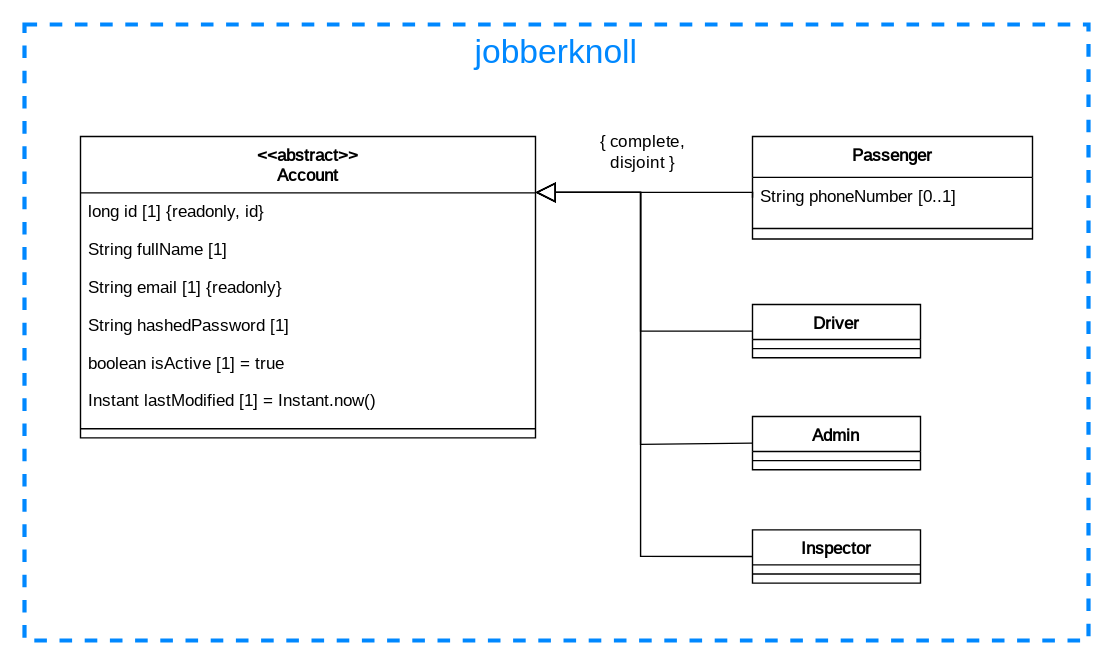
The draw.io diagram documentation/course/e2/images/class-diagram-jobberknoll.drawio.svg in PWR-ACS-SE-24/SoftwareSystemDesign, before a commit. Source tidied: cells renumbered, new cells last; positions are measured from the earlier drawing's top-left corner, leaving out a move shared by most shapes.
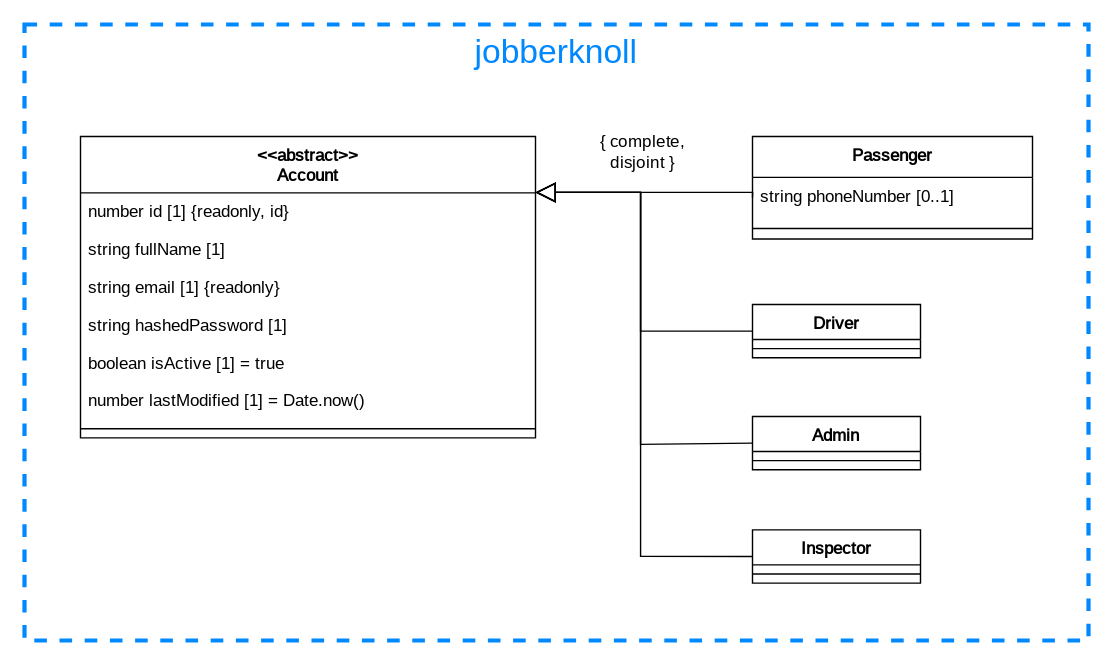
Above is the later version.

Commit message:
Update class and database diagrams

Diff of the diagram source:
```diff
@@ -11,22 +11,22 @@
     <mxCell id="4" value="&lt;&lt;abstract&gt;&gt;&#10;Account" style="swimlane;fontStyle=1;align=center;verticalAlign=top;horizontal=1;startSize=40.285714285714285;fontFamily=JetBrains Mono;fontSource=https%3A%2F%2Ffonts.googleapis.com%2Fcss%3Ffamily%3DJetBrains%2BMono;" parent="1" vertex="1">
       <mxGeometry x="40" y="80" width="325" height="215.3" as="geometry" />
     </mxCell>
-    <mxCell id="5" value="long id [1] {readonly, id}" style="text;strokeColor=none;fillColor=none;align=left;verticalAlign=top;spacingLeft=4;spacingRight=4;overflow=hidden;fontFamily=JetBrains Mono;fontStyle=0;fontSource=https%3A%2F%2Ffonts.googleapis.com%2Fcss%3Ffamily%3DJetBrains%2BMono;" parent="4" vertex="1">
+    <mxCell id="5" value="number id [1] {readonly, id}" style="text;strokeColor=none;fillColor=none;align=left;verticalAlign=top;spacingLeft=4;spacingRight=4;overflow=hidden;fontFamily=JetBrains Mono;fontStyle=0;fontSource=https%3A%2F%2Ffonts.googleapis.com%2Fcss%3Ffamily%3DJetBrains%2BMono;" parent="4" vertex="1">
       <mxGeometry y="40.3" width="325" height="27" as="geometry" />
     </mxCell>
-    <mxCell id="6" value="String fullName [1]" style="text;strokeColor=none;fillColor=none;align=left;verticalAlign=top;spacingLeft=4;spacingRight=4;overflow=hidden;fontFamily=JetBrains Mono;fontStyle=0;fontSource=https%3A%2F%2Ffonts.googleapis.com%2Fcss%3Ffamily%3DJetBrains%2BMono;" parent="4" vertex="1">
+    <mxCell id="6" value="string fullName [1]" style="text;strokeColor=none;fillColor=none;align=left;verticalAlign=top;spacingLeft=4;spacingRight=4;overflow=hidden;fontFamily=JetBrains Mono;fontStyle=0;fontSource=https%3A%2F%2Ffonts.googleapis.com%2Fcss%3Ffamily%3DJetBrains%2BMono;" parent="4" vertex="1">
       <mxGeometry y="67.3" width="325" height="27" as="geometry" />
     </mxCell>
-    <mxCell id="7" value="String email [1] {readonly}" style="text;strokeColor=none;fillColor=none;align=left;verticalAlign=top;spacingLeft=4;spacingRight=4;overflow=hidden;fontFamily=JetBrains Mono;fontStyle=0;fontSource=https%3A%2F%2Ffonts.googleapis.com%2Fcss%3Ffamily%3DJetBrains%2BMono;" parent="4" vertex="1">
+    <mxCell id="7" value="string email [1] {readonly}" style="text;strokeColor=none;fillColor=none;align=left;verticalAlign=top;spacingLeft=4;spacingRight=4;overflow=hidden;fontFamily=JetBrains Mono;fontStyle=0;fontSource=https%3A%2F%2Ffonts.googleapis.com%2Fcss%3Ffamily%3DJetBrains%2BMono;" parent="4" vertex="1">
       <mxGeometry y="94.3" width="325" height="27" as="geometry" />
     </mxCell>
-    <mxCell id="8" value="String hashedPassword [1]" style="text;strokeColor=none;fillColor=none;align=left;verticalAlign=top;spacingLeft=4;spacingRight=4;overflow=hidden;fontFamily=JetBrains Mono;fontStyle=0;fontSource=https%3A%2F%2Ffonts.googleapis.com%2Fcss%3Ffamily%3DJetBrains%2BMono;" parent="4" vertex="1">
+    <mxCell id="8" value="string hashedPassword [1]" style="text;strokeColor=none;fillColor=none;align=left;verticalAlign=top;spacingLeft=4;spacingRight=4;overflow=hidden;fontFamily=JetBrains Mono;fontStyle=0;fontSource=https%3A%2F%2Ffonts.googleapis.com%2Fcss%3Ffamily%3DJetBrains%2BMono;" parent="4" vertex="1">
       <mxGeometry y="121.3" width="325" height="27" as="geometry" />
     </mxCell>
     <mxCell id="9" value="boolean isActive [1] = true" style="text;strokeColor=none;fillColor=none;align=left;verticalAlign=top;spacingLeft=4;spacingRight=4;overflow=hidden;fontFamily=JetBrains Mono;fontStyle=0;fontSource=https%3A%2F%2Ffonts.googleapis.com%2Fcss%3Ffamily%3DJetBrains%2BMono;" parent="4" vertex="1">
       <mxGeometry y="148.3" width="325" height="27" as="geometry" />
     </mxCell>
-    <mxCell id="10" value="Instant lastModified [1] = Instant.now()" style="text;strokeColor=none;fillColor=none;align=left;verticalAlign=top;spacingLeft=4;spacingRight=4;overflow=hidden;fontFamily=JetBrains Mono;fontStyle=0;fontSource=https%3A%2F%2Ffonts.googleapis.com%2Fcss%3Ffamily%3DJetBrains%2BMono;" parent="4" vertex="1">
+    <mxCell id="10" value="number lastModified [1] = Date.now()" style="text;strokeColor=none;fillColor=none;align=left;verticalAlign=top;spacingLeft=4;spacingRight=4;overflow=hidden;fontFamily=JetBrains Mono;fontStyle=0;fontSource=https%3A%2F%2Ffonts.googleapis.com%2Fcss%3Ffamily%3DJetBrains%2BMono;" parent="4" vertex="1">
       <mxGeometry y="175.3" width="325" height="27" as="geometry" />
     </mxCell>
     <mxCell id="11" style="line;strokeWidth=1;fillColor=none;align=left;verticalAlign=middle;spacingTop=-1;spacingLeft=3;spacingRight=3;labelPosition=right;strokeColor=inherit;fontFamily=JetBrains Mono;fontStyle=0;fontSource=https%3A%2F%2Ffonts.googleapis.com%2Fcss%3Ffamily%3DJetBrains%2BMono;" parent="4" vertex="1">
@@ -90,7 +90,7 @@
     <mxCell id="23" value="Passenger" style="swimlane;fontStyle=1;align=center;verticalAlign=top;horizontal=1;startSize=29.2;fontFamily=JetBrains Mono;fontSource=https%3A%2F%2Ffonts.googleapis.com%2Fcss%3Ffamily%3DJetBrains%2BMono;" parent="1" vertex="1">
       <mxGeometry x="520" y="80" width="200" height="73.2" as="geometry" />
     </mxCell>
-    <mxCell id="24" value="String phoneNumber [0..1]" style="text;strokeColor=none;fillColor=none;align=left;verticalAlign=top;spacingLeft=4;spacingRight=4;overflow=hidden;points=[[0,0.5],[1,0.5]];portConstraint=eastwest;fontFamily=JetBrains Mono;fontStyle=0;fontSource=https%3A%2F%2Ffonts.googleapis.com%2Fcss%3Ffamily%3DJetBrains%2BMono;" parent="23" vertex="1">
+    <mxCell id="24" value="string phoneNumber [0..1]" style="text;strokeColor=none;fillColor=none;align=left;verticalAlign=top;spacingLeft=4;spacingRight=4;overflow=hidden;points=[[0,0.5],[1,0.5]];portConstraint=eastwest;fontFamily=JetBrains Mono;fontStyle=0;fontSource=https%3A%2F%2Ffonts.googleapis.com%2Fcss%3Ffamily%3DJetBrains%2BMono;" parent="23" vertex="1">
       <mxGeometry y="29.2" width="200" height="29" as="geometry" />
     </mxCell>
     <mxCell id="25" style="line;strokeWidth=1;fillColor=none;align=left;verticalAlign=middle;spacingTop=-1;spacingLeft=3;spacingRight=3;labelPosition=right;strokeColor=inherit;fontFamily=JetBrains Mono;fontStyle=0;fontSource=https%3A%2F%2Ffonts.googleapis.com%2Fcss%3Ffamily%3DJetBrains%2BMono;" parent="23" vertex="1">
```
